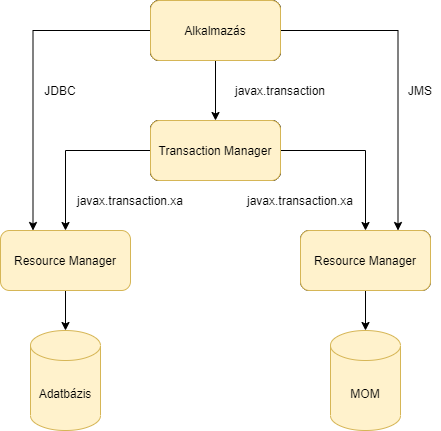
The draw.io diagram artifacts/posts/2021-01-04-spring-boot-elosztott-tranzakciokezeles/jta.png in vicziani/vicziani.github.com, before a commit. Source tidied: cells renumbered, new cells last; positions are measured from the earlier drawing's top-left corner, leaving out a move shared by most shapes. Source of this version:
```xml
<mxGraphModel>
  <root>
    <mxCell id="0" />
    <mxCell id="1" parent="0" />
    <mxCell id="2" style="edgeStyle=orthogonalEdgeStyle;rounded=0;jettySize=auto;html=1;exitX=0.5;exitY=1;exitDx=0;exitDy=0;" parent="1" edge="1" source="5" target="8">
      <mxGeometry relative="1" as="geometry" />
    </mxCell>
    <mxCell id="3" style="edgeStyle=orthogonalEdgeStyle;rounded=0;jettySize=auto;html=1;exitX=0;exitY=0.5;exitDx=0;exitDy=0;entryX=0.25;entryY=0;entryDx=0;entryDy=0;" parent="1" edge="1" source="5" target="12">
      <mxGeometry relative="1" as="geometry" />
    </mxCell>
    <mxCell id="4" style="edgeStyle=orthogonalEdgeStyle;rounded=0;jettySize=auto;html=1;exitX=1;exitY=0.5;exitDx=0;exitDy=0;entryX=0.75;entryY=0;entryDx=0;entryDy=0;" parent="1" edge="1" source="5" target="14">
      <mxGeometry relative="1" as="geometry" />
    </mxCell>
    <mxCell id="5" value="Alkalmazás" style="rounded=1;whiteSpace=wrap;html=1;" parent="1" vertex="1">
      <mxGeometry x="150" width="130" height="60" as="geometry" />
    </mxCell>
    <mxCell id="6" style="edgeStyle=orthogonalEdgeStyle;rounded=0;jettySize=auto;html=1;exitX=0;exitY=0.5;exitDx=0;exitDy=0;entryX=0.5;entryY=0;entryDx=0;entryDy=0;" parent="1" edge="1" source="8" target="12">
      <mxGeometry relative="1" as="geometry" />
    </mxCell>
    <mxCell id="7" style="edgeStyle=orthogonalEdgeStyle;rounded=0;jettySize=auto;html=1;exitX=1;exitY=0.5;exitDx=0;exitDy=0;entryX=0.5;entryY=0;entryDx=0;entryDy=0;" parent="1" edge="1" source="8" target="14">
      <mxGeometry relative="1" as="geometry" />
    </mxCell>
    <mxCell id="8" value="Transaction Manager" style="rounded=1;whiteSpace=wrap;html=1;" parent="1" vertex="1">
      <mxGeometry x="150" y="120" width="130" height="60" as="geometry" />
    </mxCell>
    <mxCell id="9" value="javax.transaction" style="text;html=1;strokeColor=none;fillColor=none;align=center;verticalAlign=middle;whiteSpace=wrap;rounded=0;" parent="1" vertex="1">
      <mxGeometry x="260" y="80" width="40" height="20" as="geometry" />
    </mxCell>
    <mxCell id="10" value="Adatbázis" style="shape=cylinder3;whiteSpace=wrap;html=1;boundedLbl=1;backgroundOutline=1;size=15;fillColor=#fff2cc;strokeColor=#d6b656;" parent="1" vertex="1">
      <mxGeometry x="30" y="330" width="70" height="100" as="geometry" />
    </mxCell>
    <mxCell id="11" style="edgeStyle=orthogonalEdgeStyle;rounded=0;jettySize=auto;html=1;exitX=0.5;exitY=1;exitDx=0;exitDy=0;" parent="1" edge="1" source="12" target="10">
      <mxGeometry relative="1" as="geometry" />
    </mxCell>
    <mxCell id="12" value="Resource Manager" style="rounded=1;whiteSpace=wrap;html=1;fillColor=#fff2cc;strokeColor=#d6b656;" parent="1" vertex="1">
      <mxGeometry y="230" width="130" height="60" as="geometry" />
    </mxCell>
    <mxCell id="13" style="edgeStyle=orthogonalEdgeStyle;rounded=0;jettySize=auto;html=1;exitX=0.5;exitY=1;exitDx=0;exitDy=0;entryX=0.5;entryY=0;entryDx=0;entryDy=0;entryPerimeter=0;" parent="1" edge="1" source="14" target="15">
      <mxGeometry relative="1" as="geometry" />
    </mxCell>
    <mxCell id="14" value="Resource Manager" style="rounded=1;whiteSpace=wrap;html=1;" parent="1" vertex="1">
      <mxGeometry x="300" y="230" width="130" height="60" as="geometry" />
    </mxCell>
    <mxCell id="15" value="MOM" style="shape=cylinder3;whiteSpace=wrap;html=1;boundedLbl=1;backgroundOutline=1;size=15;fillColor=#fff2cc;strokeColor=#d6b656;" parent="1" vertex="1">
      <mxGeometry x="330" y="330" width="70" height="100" as="geometry" />
    </mxCell>
    <mxCell id="16" value="JDBC" style="text;html=1;strokeColor=none;fillColor=none;align=center;verticalAlign=middle;whiteSpace=wrap;rounded=0;" parent="1" vertex="1">
      <mxGeometry x="40" y="80" width="40" height="20" as="geometry" />
    </mxCell>
    <mxCell id="17" value="JMS" style="text;html=1;strokeColor=none;fillColor=none;align=center;verticalAlign=middle;whiteSpace=wrap;rounded=0;" parent="1" vertex="1">
      <mxGeometry x="400" y="80" width="40" height="20" as="geometry" />
    </mxCell>
    <mxCell id="18" value="javax.transaction.xa" style="text;html=1;strokeColor=none;fillColor=none;align=center;verticalAlign=middle;whiteSpace=wrap;rounded=0;" parent="1" vertex="1">
      <mxGeometry x="110" y="190" width="40" height="20" as="geometry" />
    </mxCell>
    <mxCell id="19" value="javax.transaction.xa" style="text;html=1;strokeColor=none;fillColor=none;align=center;verticalAlign=middle;whiteSpace=wrap;rounded=0;" parent="1" vertex="1">
      <mxGeometry x="280" y="190" width="40" height="20" as="geometry" />
    </mxCell>
    <mxCell id="20" value="Alkalmazás" style="rounded=1;whiteSpace=wrap;html=1;" parent="1" vertex="1">
      <mxGeometry x="150" width="130" height="60" as="geometry" />
    </mxCell>
    <mxCell id="21" value="Transaction Manager" style="rounded=1;whiteSpace=wrap;html=1;" parent="1" vertex="1">
      <mxGeometry x="150" y="120" width="130" height="60" as="geometry" />
    </mxCell>
    <mxCell id="22" value="Alkalmazás" style="rounded=1;whiteSpace=wrap;html=1;fillColor=#fff2cc;strokeColor=#d6b656;" parent="1" vertex="1">
      <mxGeometry x="150" width="130" height="60" as="geometry" />
    </mxCell>
    <mxCell id="23" value="Transaction Manager" style="rounded=1;whiteSpace=wrap;html=1;fillColor=#fff2cc;strokeColor=#d6b656;" parent="1" vertex="1">
      <mxGeometry x="150" y="120" width="130" height="60" as="geometry" />
    </mxCell>
    <mxCell id="24" value="Resource Manager" style="rounded=1;whiteSpace=wrap;html=1;fillColor=#fff2cc;strokeColor=#d6b656;" parent="1" vertex="1">
      <mxGeometry x="300" y="230" width="130" height="60" as="geometry" />
    </mxCell>
  </root>
</mxGraphModel>
```
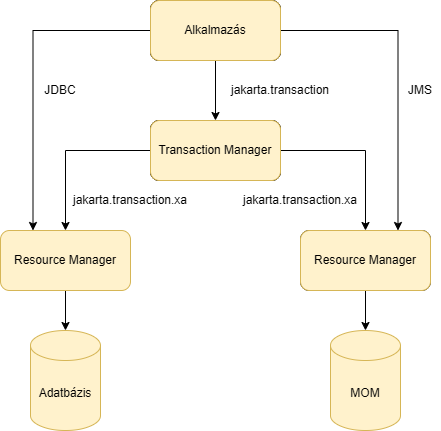
The same diagram one commit later.

Diff of the diagram source:
```diff
@@ -23,7 +23,7 @@
     <mxCell id="8" value="Transaction Manager" style="rounded=1;whiteSpace=wrap;html=1;" parent="1" vertex="1">
       <mxGeometry x="150" y="120" width="130" height="60" as="geometry" />
     </mxCell>
-    <mxCell id="9" value="javax.transaction" style="text;html=1;strokeColor=none;fillColor=none;align=center;verticalAlign=middle;whiteSpace=wrap;rounded=0;" parent="1" vertex="1">
+    <mxCell id="9" value="jakarta.transaction" style="text;html=1;strokeColor=none;fillColor=none;align=center;verticalAlign=middle;whiteSpace=wrap;rounded=0;" parent="1" vertex="1">
       <mxGeometry x="260" y="80" width="40" height="20" as="geometry" />
     </mxCell>
     <mxCell id="10" value="Adatbázis" style="shape=cylinder3;whiteSpace=wrap;html=1;boundedLbl=1;backgroundOutline=1;size=15;fillColor=#fff2cc;strokeColor=#d6b656;" parent="1" vertex="1">
@@ -50,10 +50,10 @@
     <mxCell id="17" value="JMS" style="text;html=1;strokeColor=none;fillColor=none;align=center;verticalAlign=middle;whiteSpace=wrap;rounded=0;" parent="1" vertex="1">
       <mxGeometry x="400" y="80" width="40" height="20" as="geometry" />
     </mxCell>
-    <mxCell id="18" value="javax.transaction.xa" style="text;html=1;strokeColor=none;fillColor=none;align=center;verticalAlign=middle;whiteSpace=wrap;rounded=0;" parent="1" vertex="1">
+    <mxCell id="18" value="jakarta.transaction.xa" style="text;html=1;strokeColor=none;fillColor=none;align=center;verticalAlign=middle;whiteSpace=wrap;rounded=0;" parent="1" vertex="1">
       <mxGeometry x="110" y="190" width="40" height="20" as="geometry" />
     </mxCell>
-    <mxCell id="19" value="javax.transaction.xa" style="text;html=1;strokeColor=none;fillColor=none;align=center;verticalAlign=middle;whiteSpace=wrap;rounded=0;" parent="1" vertex="1">
+    <mxCell id="19" value="jakarta.transaction.xa" style="text;html=1;strokeColor=none;fillColor=none;align=center;verticalAlign=middle;whiteSpace=wrap;rounded=0;" parent="1" vertex="1">
       <mxGeometry x="280" y="190" width="40" height="20" as="geometry" />
     </mxCell>
     <mxCell id="20" value="Alkalmazás" style="rounded=1;whiteSpace=wrap;html=1;" parent="1" vertex="1">
```
